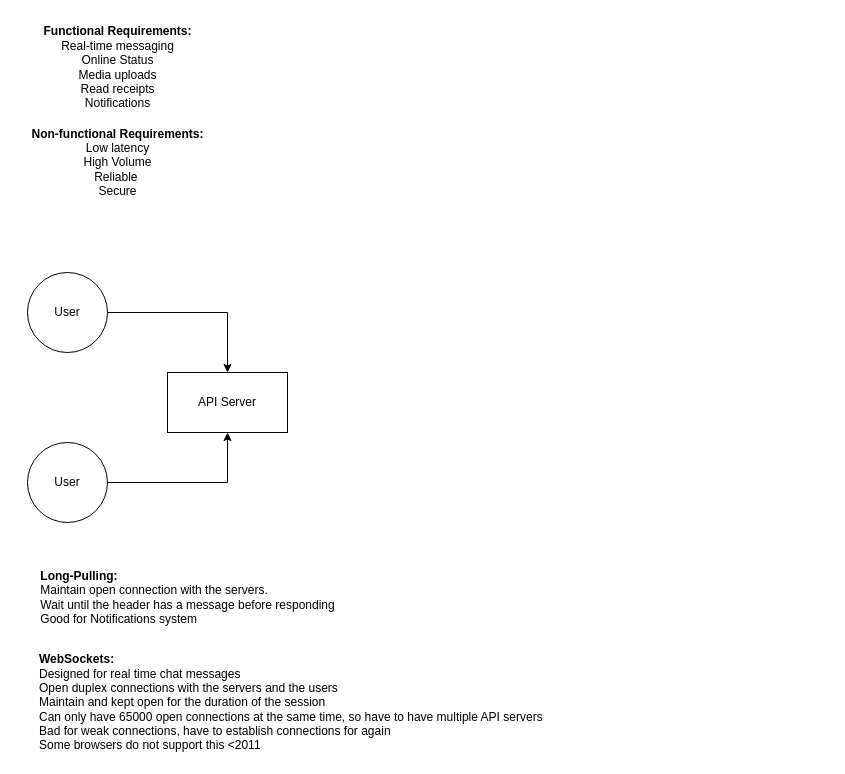
Earlier version of the draw.io diagram FacebookMessengerDesign.drawio (dohdat/leetcode-practice). Source tidied: cells renumbered, new cells numbered last; positions are measured from the earlier drawing's top-left corner, leaving out a move shared by most shapes. Both pictures are drawn from the tidied source at 100%, with x=0, y=0 at pixel (17, 17).
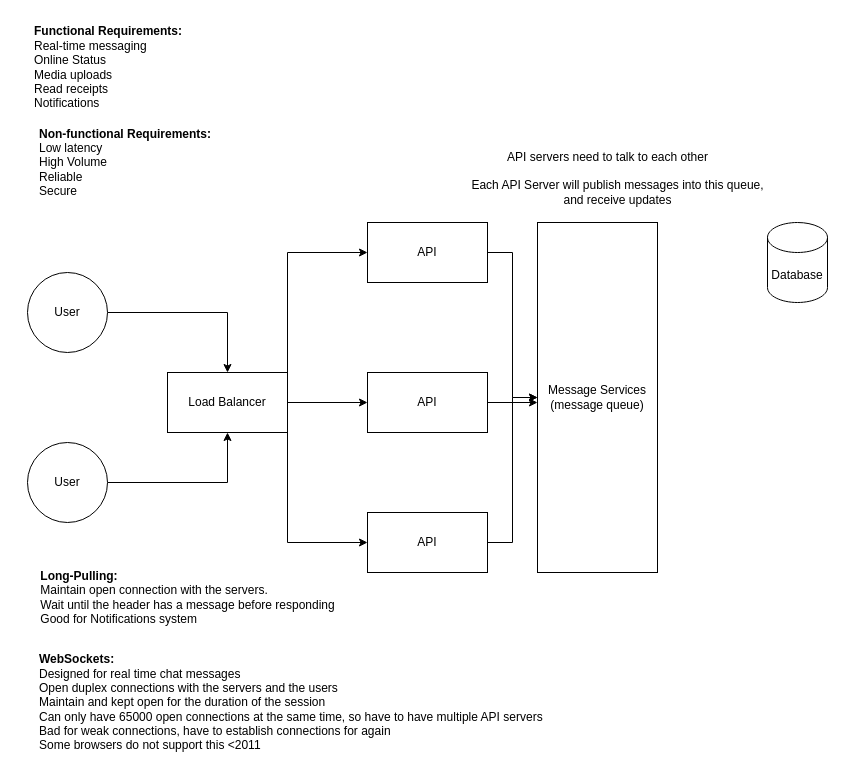
After the change.

The edit, as a diff of the source:
```diff
@@
-    <mxCell id="2" value="Functional Requirements:&lt;br&gt;&lt;span style=&quot;font-weight: normal;&quot;&gt;Real-time messaging&lt;br&gt;Online Status&lt;br&gt;Media uploads&lt;br&gt;Read receipts&lt;br&gt;Notifications&lt;/span&gt;" style="text;html=1;align=center;verticalAlign=middle;strokeColor=none;fillColor=none;fontStyle=1;" parent="1" vertex="1">
+    <mxCell id="2" value="Functional Requirements:&lt;br&gt;&lt;span style=&quot;font-weight: normal;&quot;&gt;Real-time messaging&lt;br&gt;Online Status&lt;br&gt;Media uploads&lt;br&gt;Read receipts&lt;br&gt;Notifications&lt;/span&gt;" style="text;html=1;align=left;verticalAlign=middle;strokeColor=none;fillColor=none;fontStyle=1;" parent="1" vertex="1">
       <mxGeometry x="15" width="170" height="100" as="geometry" />
     </mxCell>
-    <mxCell id="3" value="&lt;b&gt;Non-functional Requirements:&lt;/b&gt;&lt;br&gt;Low latency&lt;br&gt;High Volume&lt;br&gt;Reliable&amp;nbsp;&lt;br&gt;Secure" style="text;html=1;align=center;verticalAlign=middle;strokeColor=none;fillColor=none;" parent="1" vertex="1">
-      <mxGeometry y="100" width="200" height="90" as="geometry" />
+    <mxCell id="3" value="&lt;b&gt;Non-functional Requirements:&lt;/b&gt;&lt;br&gt;Low latency&lt;br&gt;High Volume&lt;br&gt;Reliable&amp;nbsp;&lt;br&gt;Secure" style="text;html=1;align=left;verticalAlign=middle;strokeColor=none;fillColor=none;" parent="1" vertex="1">
+      <mxGeometry x="20" y="100" width="200" height="90" as="geometry" />
     </mxCell>
@@
+    <mxCell id="11" style="edgeStyle=orthogonalEdgeStyle;rounded=0;jettySize=auto;html=1;exitX=1;exitY=0.5;exitDx=0;exitDy=0;entryX=0;entryY=0.5;entryDx=0;entryDy=0;" parent="1" edge="1" source="8" target="17">
+      <mxGeometry relative="1" as="geometry" />
+    </mxCell>
+    <mxCell id="12" style="edgeStyle=orthogonalEdgeStyle;rounded=0;jettySize=auto;html=1;exitX=1;exitY=0;exitDx=0;exitDy=0;entryX=0;entryY=0.5;entryDx=0;entryDy=0;" parent="1" edge="1" source="8" target="15">
+      <mxGeometry relative="1" as="geometry" />
+    </mxCell>
+    <mxCell id="13" style="edgeStyle=orthogonalEdgeStyle;rounded=0;jettySize=auto;html=1;exitX=1;exitY=1;exitDx=0;exitDy=0;entryX=0;entryY=0.5;entryDx=0;entryDy=0;" parent="1" edge="1" source="8" target="19">
+      <mxGeometry relative="1" as="geometry" />
+    </mxCell>
-    <mxCell id="8" value="API Server" style="whiteSpace=wrap;html=1;" parent="1" vertex="1">
+    <mxCell id="8" value="Load Balancer" style="whiteSpace=wrap;html=1;" parent="1" vertex="1">
       <mxGeometry x="150" y="355" width="120" height="60" as="geometry" />
     </mxCell>
@@
+    <mxCell id="14" style="edgeStyle=orthogonalEdgeStyle;rounded=0;jettySize=auto;html=1;" parent="1" edge="1" source="15" target="21">
+      <mxGeometry relative="1" as="geometry" />
+    </mxCell>
+    <mxCell id="15" value="API&lt;br&gt;" style="whiteSpace=wrap;html=1;" parent="1" vertex="1">
+      <mxGeometry x="350" y="205" width="120" height="60" as="geometry" />
+    </mxCell>
+    <mxCell id="16" style="edgeStyle=orthogonalEdgeStyle;rounded=0;jettySize=auto;html=1;" parent="1" edge="1" source="17">
+      <mxGeometry relative="1" as="geometry">
+        <mxPoint x="520" y="385" as="targetPoint" />
+      </mxGeometry>
+    </mxCell>
+    <mxCell id="17" value="API&lt;br&gt;" style="whiteSpace=wrap;html=1;" parent="1" vertex="1">
+      <mxGeometry x="350" y="355" width="120" height="60" as="geometry" />
+    </mxCell>
+    <mxCell id="18" style="edgeStyle=orthogonalEdgeStyle;rounded=0;jettySize=auto;html=1;" parent="1" edge="1" source="19" target="21">
+      <mxGeometry relative="1" as="geometry" />
+    </mxCell>
+    <mxCell id="19" value="API&lt;br&gt;" style="whiteSpace=wrap;html=1;" parent="1" vertex="1">
+      <mxGeometry x="350" y="495" width="120" height="60" as="geometry" />
+    </mxCell>
+    <mxCell id="20" value="API servers need to talk to each other&lt;br&gt;" style="text;html=1;align=center;verticalAlign=middle;strokeColor=none;fillColor=none;" parent="1" vertex="1">
+      <mxGeometry x="480" y="125" width="220" height="30" as="geometry" />
+    </mxCell>
+    <mxCell id="21" value="Message Services&lt;br&gt;(message queue)" style="whiteSpace=wrap;html=1;" parent="1" vertex="1">
+      <mxGeometry x="520" y="205" width="120" height="350" as="geometry" />
+    </mxCell>
+    <mxCell id="22" value="Each API Server will publish messages into this queue, &lt;br&gt;and receive updates" style="text;html=1;align=center;verticalAlign=middle;strokeColor=none;fillColor=none;" parent="1" vertex="1">
+      <mxGeometry x="440" y="155" width="320" height="40" as="geometry" />
+    </mxCell>
+    <mxCell id="23" value="Database" style="shape=cylinder3;whiteSpace=wrap;html=1;boundedLbl=1;backgroundOutline=1;size=15;" parent="1" vertex="1">
+      <mxGeometry x="750" y="205" width="60" height="80" as="geometry" />
+    </mxCell>
```
